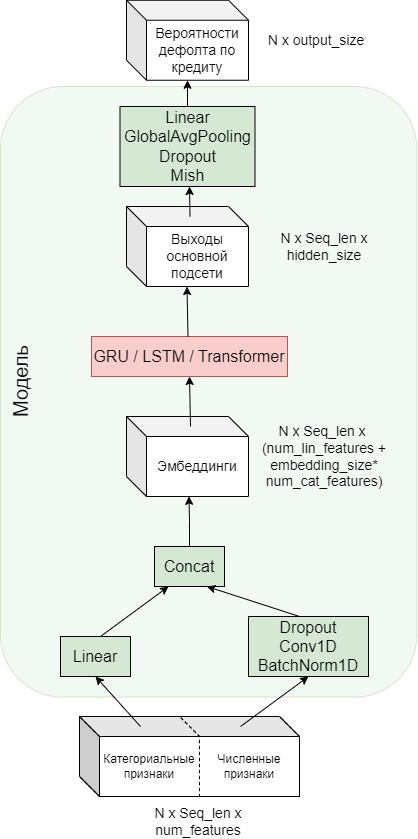
DenDiv/draw_io_graphs keeps this draw.io diagram as diplom_graphs/model.png. Above is the earlier version. Source tidied: cells renumbered, new cells last; positions are measured from the earlier drawing's top-left corner, leaving out a move shared by most shapes.
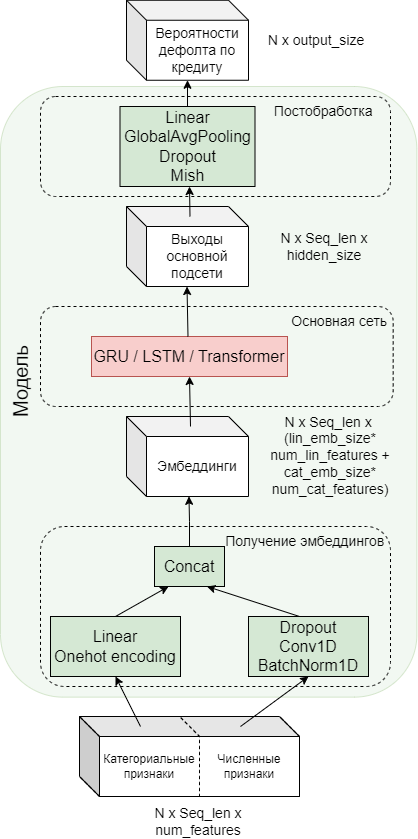
Above is the later version.

The edit, as a diff of the source:
```diff
@@ -20,8 +20,8 @@
     <mxCell id="7" value="N x Seq_len x num_features" style="text;html=1;strokeColor=none;fillColor=none;align=center;verticalAlign=middle;whiteSpace=wrap;rounded=0;fontSize=14;" parent="1" vertex="1">
       <mxGeometry x="158" y="806" width="100" height="30" as="geometry" />
     </mxCell>
-    <mxCell id="8" value="Linear" style="rounded=0;whiteSpace=wrap;html=1;shadow=0;glass=0;sketch=0;fillStyle=auto;fontSize=16;fillColor=#D5E8D4;gradientColor=none;" parent="1" vertex="1">
-      <mxGeometry x="70" y="636" width="70" height="40" as="geometry" />
+    <mxCell id="8" value="Linear&lt;br&gt;Onehot encoding" style="rounded=0;whiteSpace=wrap;html=1;shadow=0;glass=0;sketch=0;fillStyle=auto;fontSize=16;fillColor=#D5E8D4;gradientColor=none;" parent="1" vertex="1">
+      <mxGeometry x="60" y="616" width="130" height="60" as="geometry" />
     </mxCell>
     <mxCell id="9" value="Dropout&lt;br&gt;Conv1D&lt;br&gt;BatchNorm1D" style="rounded=0;whiteSpace=wrap;html=1;shadow=0;glass=0;sketch=0;fillStyle=auto;fontSize=16;fillColor=#D5E8D4;gradientColor=none;" parent="1" vertex="1">
       <mxGeometry x="258" y="616" width="120" height="60" as="geometry" />
@@ -42,9 +42,8 @@
         <mxPoint x="250" y="726" as="sourcePoint" />
       </mxGeometry>
     </mxCell>
-    <mxCell id="14" style="endArrow=classic;html=1;rounded=0;fontSize=16;entryX=0.5;entryY=1;entryDx=0;entryDy=0;strokeColor=#000000;startArrow=none;startFill=0;endFill=1;" parent="1" edge="1">
+    <mxCell id="14" style="endArrow=classic;html=1;rounded=0;fontSize=16;entryX=0.5;entryY=1;entryDx=0;entryDy=0;strokeColor=#000000;startArrow=none;startFill=0;endFill=1;exitX=0.5;exitY=0;exitDx=0;exitDy=0;" parent="1" edge="1" source="8">
       <mxGeometry relative="1" as="geometry">
-        <mxPoint x="110" y="636" as="sourcePoint" />
         <mxPoint x="178" y="586" as="targetPoint" />
       </mxGeometry>
     </mxCell>
@@ -53,8 +52,8 @@
         <mxPoint x="309" y="616" as="sourcePoint" />
       </mxGeometry>
     </mxCell>
-    <mxCell id="16" value="N x Seq_len x&amp;nbsp;&lt;br&gt;(num_lin_features +&lt;br&gt;embedding_size*&lt;br&gt;num_cat_features)" style="text;html=1;strokeColor=none;fillColor=none;align=center;verticalAlign=middle;whiteSpace=wrap;rounded=0;fontSize=14;" parent="1" vertex="1">
-      <mxGeometry x="268" y="423.5" width="132" height="65" as="geometry" />
+    <mxCell id="16" value="N x Seq_len x&amp;nbsp;&lt;br&gt;(lin_emb_size* num_lin_features +&lt;br&gt;cat_emb_size*&lt;br&gt;num_cat_features)" style="text;html=1;strokeColor=none;fillColor=none;align=center;verticalAlign=middle;whiteSpace=wrap;rounded=0;fontSize=14;" parent="1" vertex="1">
+      <mxGeometry x="270" y="413.5" width="140" height="82.5" as="geometry" />
     </mxCell>
     <mxCell id="17" value="GRU / LSTM / Transformer" style="rounded=0;whiteSpace=wrap;html=1;shadow=0;glass=0;sketch=0;fillStyle=auto;fontSize=16;fillColor=#f8cecc;strokeColor=#b85450;" parent="1" vertex="1">
       <mxGeometry x="101" y="336" width="196" height="40" as="geometry" />
@@ -97,5 +96,14 @@
     <mxCell id="27" value="Модель" style="text;html=1;strokeColor=none;fillColor=none;align=center;verticalAlign=middle;whiteSpace=wrap;rounded=0;shadow=0;glass=0;sketch=0;fillStyle=auto;fontSize=20;fontColor=none;opacity=10;rotation=-90;" parent="1" vertex="1">
       <mxGeometry y="366" width="60" height="30" as="geometry" />
     </mxCell>
+    <mxCell id="28" value="Получение эмбеддингов&amp;nbsp;" style="rounded=1;whiteSpace=wrap;html=1;perimeterSpacing=0;fillColor=none;dashed=1;verticalAlign=top;align=right;fontSize=14;sketch=0;" parent="1" vertex="1">
+      <mxGeometry x="50" y="526" width="350" height="160" as="geometry" />
+    </mxCell>
+    <mxCell id="29" value="Постобработка&amp;nbsp; &amp;nbsp;&amp;nbsp;" style="rounded=1;whiteSpace=wrap;html=1;perimeterSpacing=0;fillColor=none;dashed=1;verticalAlign=top;align=right;fontSize=14;sketch=0;" parent="1" vertex="1">
+      <mxGeometry x="50" y="96" width="350" height="100" as="geometry" />
+    </mxCell>
+    <mxCell id="30" value="Основная сеть&amp;nbsp;" style="rounded=1;whiteSpace=wrap;html=1;perimeterSpacing=0;fillColor=none;dashed=1;verticalAlign=top;align=right;fontSize=14;sketch=0;" parent="1" vertex="1">
+      <mxGeometry x="50" y="306" width="352.7" height="100" as="geometry" />
+    </mxCell>
   </root>
 </mxGraphModel>
```
